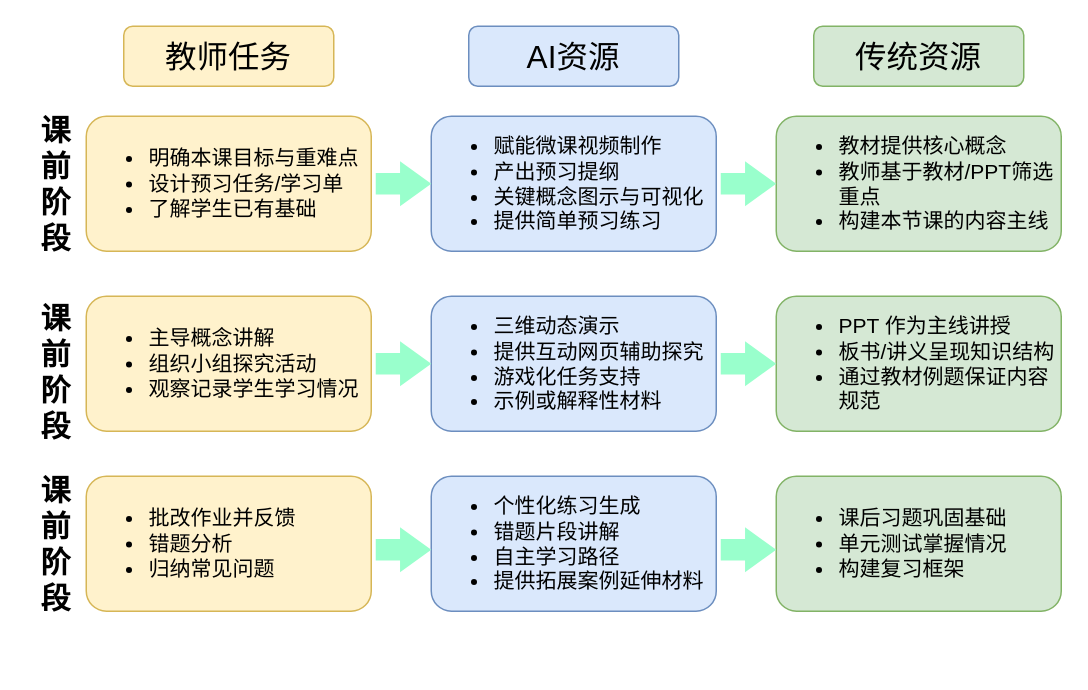
Before: 资源差异对比图.drawio in xewy/qimo2, a draw.io diagram. Source tidied: cells renumbered, new cells numbered last; positions are measured from the earlier drawing's top-left corner, leaving out a move shared by most shapes. Both pictures are drawn from the tidied source at 150%, with x=0, y=0 at pixel (26, 26).
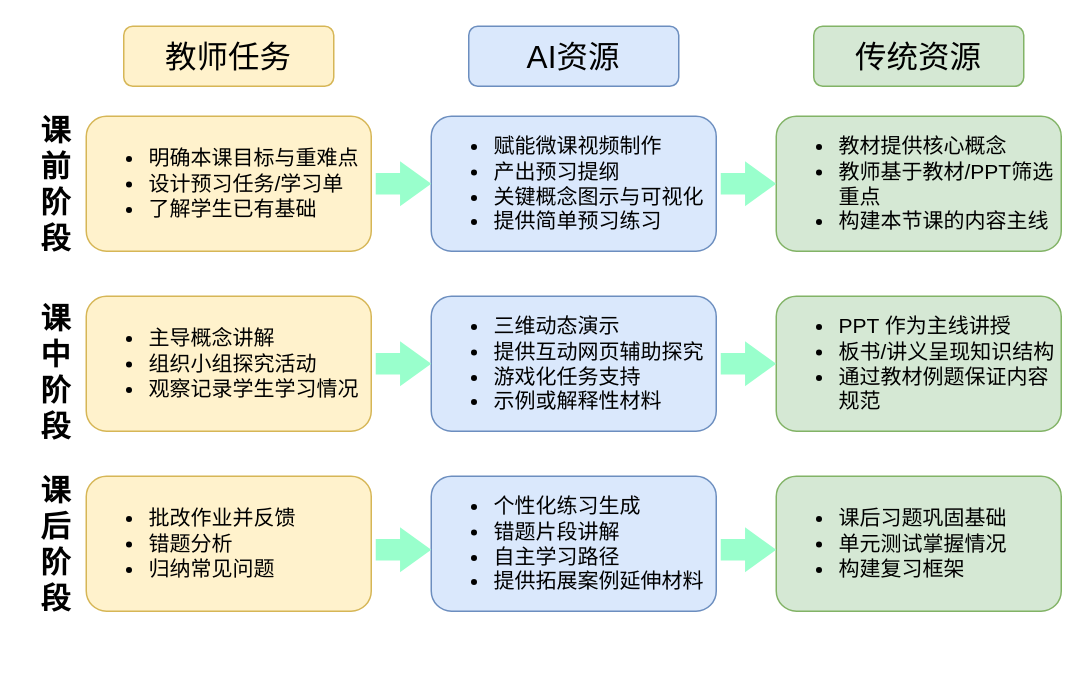
The same diagram, later.

Commit message:
更新资源差异对比图.drawio

Change to the diagram source:
```diff
@@
-    <mxCell id="3" value="&lt;font style=&quot;font-size: 20px;&quot;&gt;&lt;b&gt;课前阶段&lt;/b&gt;&lt;/font&gt;" style="rounded=0;whiteSpace=wrap;html=1;fillColor=none;strokeColor=none;" parent="1" vertex="1">
+    <mxCell id="3" value="&lt;font style=&quot;font-size: 20px;&quot;&gt;&lt;b&gt;课中阶段&lt;/b&gt;&lt;/font&gt;" style="rounded=0;whiteSpace=wrap;html=1;fillColor=none;strokeColor=none;" parent="1" vertex="1">
       <mxGeometry y="150" width="40" height="160" as="geometry" />
     </mxCell>
-    <mxCell id="4" value="&lt;font&gt;课前阶段&lt;/font&gt;" style="rounded=0;whiteSpace=wrap;html=1;fillColor=none;strokeColor=none;fontStyle=1;fontSize=20;" parent="1" vertex="1">
+    <mxCell id="4" value="&lt;font&gt;课后阶段&lt;/font&gt;" style="rounded=0;whiteSpace=wrap;html=1;fillColor=none;strokeColor=none;fontStyle=1;fontSize=20;" parent="1" vertex="1">
       <mxGeometry y="265" width="40" height="160" as="geometry" />
     </mxCell>
```
